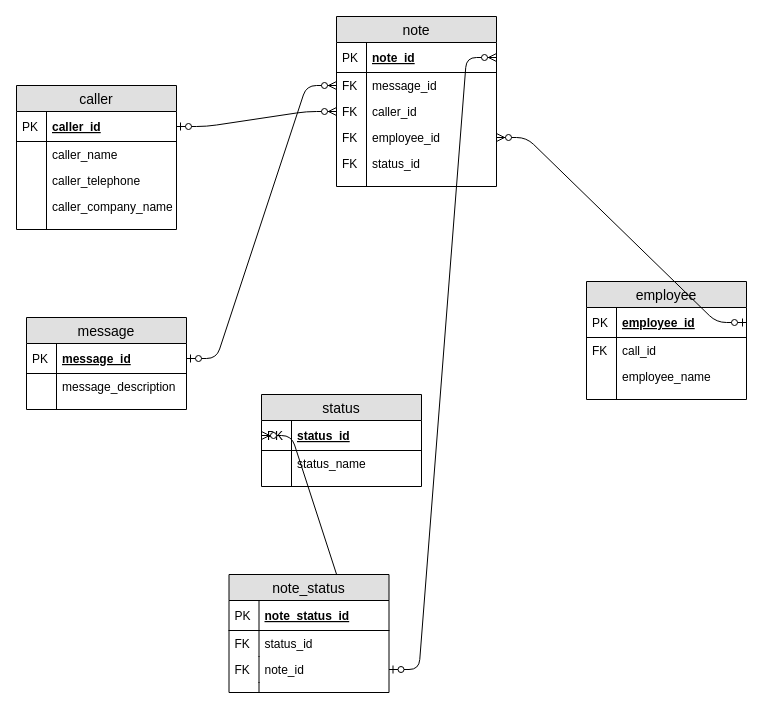
Earlier version of the draw.io diagram phone_notes.drawio (chantalwiegand/PhoneNotes). Source tidied: cells renumbered, new cells numbered last; positions are measured from the earlier drawing's top-left corner, leaving out a move shared by most shapes. Both pictures are drawn from the tidied source at 100%, with x=0, y=0 at pixel (16, 16).
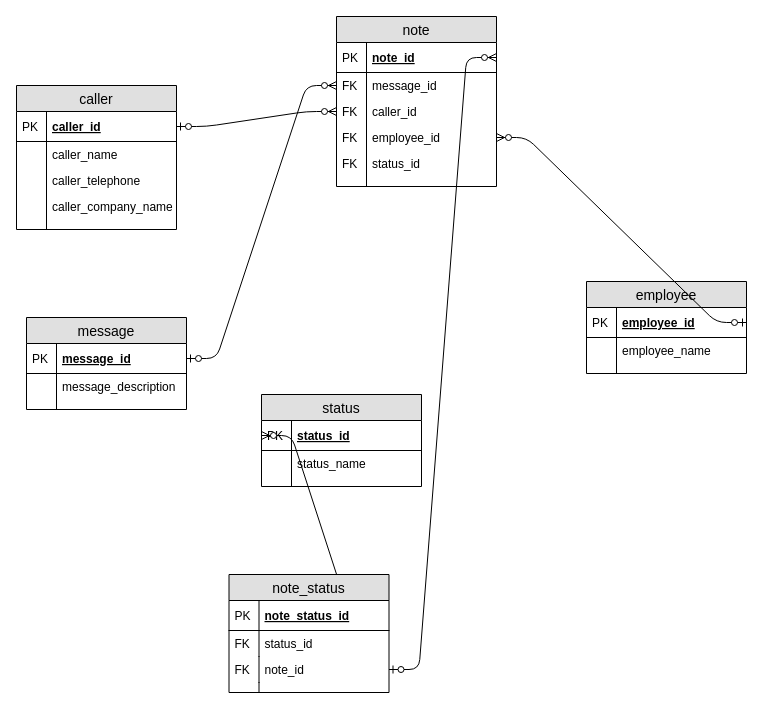
After the change.

What changed in the source:
```diff
@@
     <mxCell id="2" value="employee" style="swimlane;fontStyle=0;horizontal=1;startSize=26;fillColor=#e0e0e0;swimlaneFillColor=#ffffff;align=center;fontSize=14;" parent="1" vertex="1">
-      <mxGeometry x="570" y="265" width="160" height="118" as="geometry" />
+      <mxGeometry x="570" y="265" width="160" height="92" as="geometry" />
     </mxCell>
@@
-    <mxCell id="5" value="call_id" style="shape=partialRectangle;top=0;left=0;right=0;bottom=0;align=left;verticalAlign=top;fillColor=none;spacingLeft=34;spacingRight=4;overflow=hidden;fontSize=12;" parent="2" vertex="1">
-      <mxGeometry y="56" width="160" height="26" as="geometry" />
-    </mxCell>
-    <mxCell id="6" value="FK" style="shape=partialRectangle;top=0;left=0;bottom=0;fillColor=none;align=left;verticalAlign=top;spacingLeft=4;spacingRight=4;overflow=hidden;fontSize=12;" parent="5" vertex="1">
-      <mxGeometry width="30" height="26" as="geometry" />
-    </mxCell>
     <mxCell id="7" value="employee_name" style="shape=partialRectangle;top=0;left=0;right=0;bottom=0;align=left;verticalAlign=top;fillColor=none;spacingLeft=34;spacingRight=4;overflow=hidden;fontSize=12;" parent="2" vertex="1">
-      <mxGeometry y="82" width="160" height="26" as="geometry" />
+      <mxGeometry y="56" width="160" height="26" as="geometry" />
     </mxCell>
@@
     <mxCell id="9" style="shape=partialRectangle;top=0;left=0;right=0;bottom=0;align=left;verticalAlign=top;fillColor=none;spacingLeft=34;spacingRight=4;overflow=hidden;fontSize=12;" parent="2" vertex="1">
-      <mxGeometry y="108" width="160" height="10" as="geometry" />
+      <mxGeometry y="82" width="160" height="10" as="geometry" />
     </mxCell>
```
